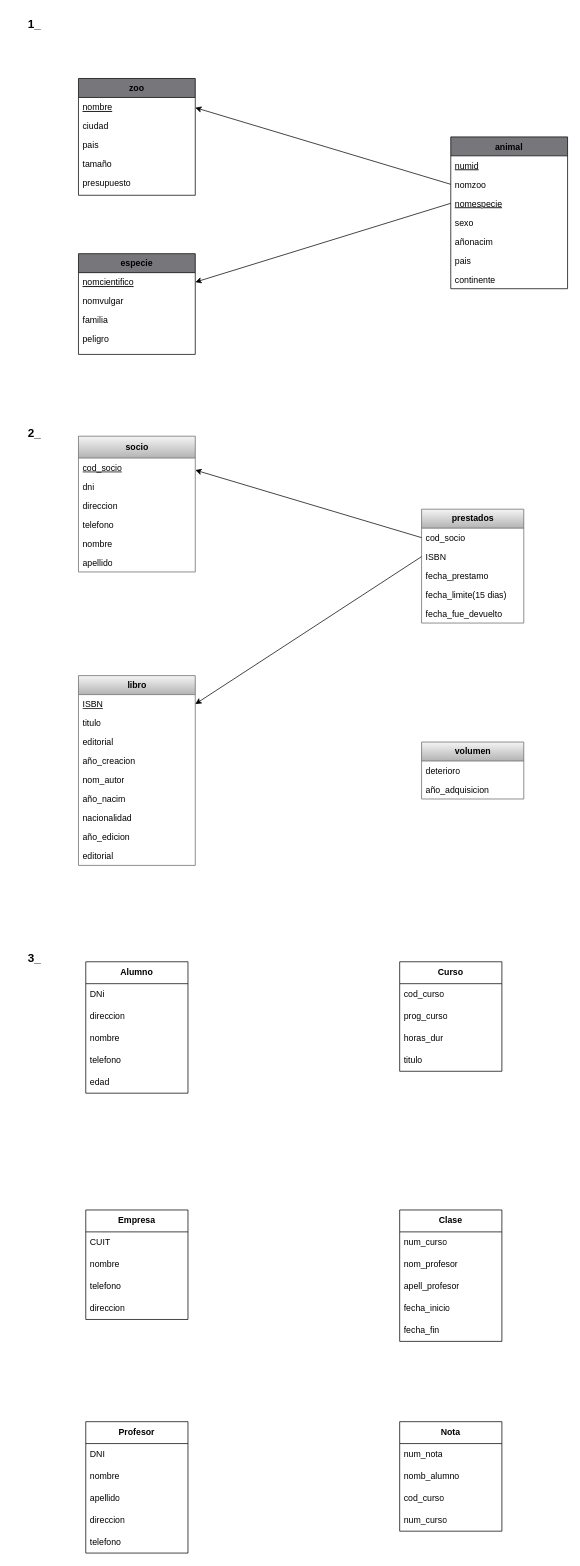
JuanPaBV/DyABasesDatos keeps this draw.io diagram as Diagrama sin título.drawio. Above is the earlier version. Source tidied: cells renumbered, new cells numbered last; positions are measured from the earlier drawing's top-left corner, leaving out a move shared by most shapes. Both pictures are drawn from the tidied source at 73%, with x=0, y=0 at pixel (12, 12).
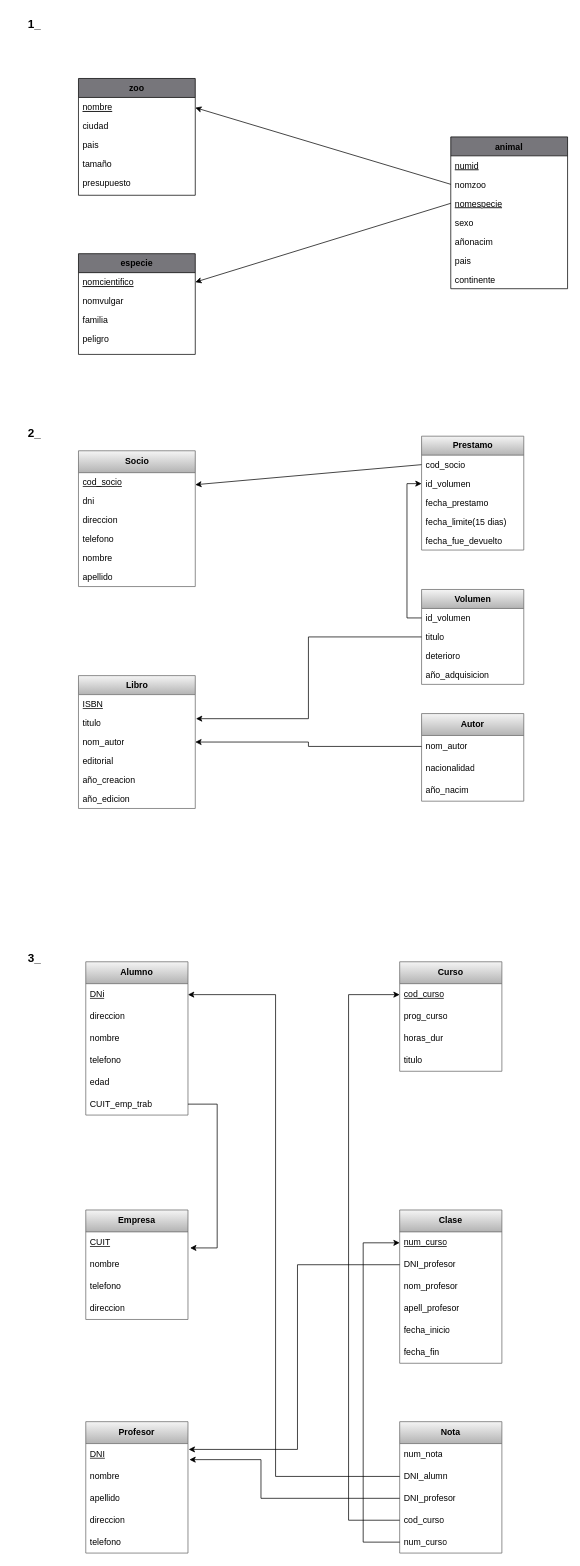
After the change.

Unchanged cells that the change refers to:
```xml
<mxCell id="43" value="ISBN" style="text;strokeColor=none;fillColor=none;align=left;verticalAlign=top;spacingLeft=4;spacingRight=4;overflow=hidden;points=[[0,0.5],[1,0.5]];portConstraint=eastwest;whiteSpace=wrap;html=1;fontStyle=4;" parent="42" vertex="1">
  <mxGeometry y="26" width="160" height="26" as="geometry" />
</mxCell>
<mxCell id="44" value="titulo" style="text;strokeColor=none;fillColor=none;align=left;verticalAlign=top;spacingLeft=4;spacingRight=4;overflow=hidden;points=[[0,0.5],[1,0.5]];portConstraint=eastwest;whiteSpace=wrap;html=1;" parent="42" vertex="1">
  <mxGeometry y="52" width="160" height="26" as="geometry" />
</mxCell>
```

Diff of the diagram source:
```diff
@@
-    <mxCell id="26" value="&lt;b&gt;socio&lt;/b&gt;" style="swimlane;fontStyle=0;horizontal=1;startSize=30;fillColor=#f5f5f5;html=1;strokeColor=#666666;gradientColor=#b3b3b3;" parent="1" vertex="1">
-      <mxGeometry x="90" y="580" width="160" height="186" as="geometry" />
+    <mxCell id="26" value="&lt;b&gt;Socio&lt;/b&gt;" style="swimlane;fontStyle=0;horizontal=1;startSize=30;fillColor=#f5f5f5;html=1;strokeColor=#666666;gradientColor=#b3b3b3;" parent="1" vertex="1">
+      <mxGeometry x="90" y="600" width="160" height="186" as="geometry" />
     </mxCell>
@@
-    <mxCell id="33" value="&lt;div&gt;&lt;b&gt;volumen&lt;br&gt;&lt;/b&gt;&lt;/div&gt;" style="swimlane;fontStyle=0;horizontal=1;startSize=26;fillColor=#f5f5f5;html=1;gradientColor=#b3b3b3;strokeColor=#666666;" parent="1" vertex="1">
-      <mxGeometry x="560" y="999" width="140" height="78" as="geometry" />
+    <mxCell id="33" value="&lt;div&gt;&lt;b&gt;Volumen&lt;br&gt;&lt;/b&gt;&lt;/div&gt;" style="swimlane;fontStyle=0;horizontal=1;startSize=26;fillColor=#f5f5f5;html=1;gradientColor=#b3b3b3;strokeColor=#666666;" parent="1" vertex="1">
+      <mxGeometry x="560" y="790" width="140" height="130" as="geometry" />
     </mxCell>
+    <mxCell id="88" value="id_volumen" style="text;strokeColor=none;fillColor=none;align=left;verticalAlign=top;spacingLeft=4;spacingRight=4;overflow=hidden;points=[[0,0.5],[1,0.5]];portConstraint=eastwest;whiteSpace=wrap;html=1;" parent="33" vertex="1">
+      <mxGeometry y="26" width="140" height="26" as="geometry" />
+    </mxCell>
+    <mxCell id="89" value="titulo" style="text;strokeColor=none;fillColor=none;align=left;verticalAlign=top;spacingLeft=4;spacingRight=4;overflow=hidden;points=[[0,0.5],[1,0.5]];portConstraint=eastwest;whiteSpace=wrap;html=1;" parent="33" vertex="1">
+      <mxGeometry y="52" width="140" height="26" as="geometry" />
+    </mxCell>
     <mxCell id="34" value="deterioro" style="text;strokeColor=none;fillColor=none;align=left;verticalAlign=top;spacingLeft=4;spacingRight=4;overflow=hidden;whiteSpace=wrap;html=1;" parent="33" vertex="1">
-      <mxGeometry y="26" width="140" height="26" as="geometry" />
+      <mxGeometry y="78" width="140" height="26" as="geometry" />
     </mxCell>
     <mxCell id="35" value="año_adquisicion" style="text;strokeColor=none;fillColor=none;align=left;verticalAlign=top;spacingLeft=4;spacingRight=4;overflow=hidden;whiteSpace=wrap;html=1;" parent="33" vertex="1">
-      <mxGeometry y="52" width="140" height="26" as="geometry" />
+      <mxGeometry y="104" width="140" height="26" as="geometry" />
     </mxCell>
-    <mxCell id="36" value="&lt;b&gt;prestados&lt;/b&gt;" style="swimlane;fontStyle=0;horizontal=1;startSize=26;fillColor=#f5f5f5;html=1;gradientColor=#b3b3b3;strokeColor=#666666;" parent="1" vertex="1">
-      <mxGeometry x="560" y="680" width="140" height="156" as="geometry" />
+    <mxCell id="36" value="&lt;b&gt;Prestamo&lt;/b&gt;" style="swimlane;fontStyle=0;horizontal=1;startSize=26;fillColor=#f5f5f5;html=1;gradientColor=#b3b3b3;strokeColor=#666666;" parent="1" vertex="1">
+      <mxGeometry x="560" y="580" width="140" height="156" as="geometry" />
     </mxCell>
@@
-    <mxCell id="38" value="ISBN" style="text;strokeColor=none;fillColor=none;align=left;verticalAlign=top;spacingLeft=4;spacingRight=4;overflow=hidden;points=[[0,0.5],[1,0.5]];portConstraint=eastwest;whiteSpace=wrap;html=1;" parent="36" vertex="1">
+    <mxCell id="38" value="id_volumen" style="text;strokeColor=none;fillColor=none;align=left;verticalAlign=top;spacingLeft=4;spacingRight=4;overflow=hidden;points=[[0,0.5],[1,0.5]];portConstraint=eastwest;whiteSpace=wrap;html=1;" parent="36" vertex="1">
       <mxGeometry y="52" width="140" height="26" as="geometry" />
     </mxCell>
@@
-    <mxCell id="42" value="&lt;b&gt;libro&lt;/b&gt;" style="swimlane;fontStyle=0;horizontal=1;startSize=26;html=1;fillColor=#f5f5f5;strokeColor=#666666;gradientColor=#b3b3b3;" parent="1" vertex="1">
-      <mxGeometry x="90" y="908" width="160" height="260" as="geometry" />
+    <mxCell id="42" value="&lt;b&gt;Libro&lt;/b&gt;" style="swimlane;fontStyle=0;horizontal=1;startSize=26;html=1;fillColor=#f5f5f5;strokeColor=#666666;gradientColor=#b3b3b3;" parent="1" vertex="1">
+      <mxGeometry x="90" y="908" width="160" height="182" as="geometry" />
     </mxCell>
@@
+    <mxCell id="47" value="nom_autor" style="text;strokeColor=none;fillColor=none;align=left;verticalAlign=top;spacingLeft=4;spacingRight=4;overflow=hidden;points=[[0,0.5],[1,0.5]];portConstraint=eastwest;whiteSpace=wrap;html=1;" parent="42" vertex="1">
+      <mxGeometry y="78" width="160" height="26" as="geometry" />
+    </mxCell>
     <mxCell id="45" value="editorial" style="text;strokeColor=none;fillColor=none;align=left;verticalAlign=top;spacingLeft=4;spacingRight=4;overflow=hidden;whiteSpace=wrap;html=1;" parent="42" vertex="1">
-      <mxGeometry y="78" width="160" height="26" as="geometry" />
+      <mxGeometry y="104" width="160" height="26" as="geometry" />
     </mxCell>
     <mxCell id="46" value="año_creacion" style="text;strokeColor=none;fillColor=none;align=left;verticalAlign=top;spacingLeft=4;spacingRight=4;overflow=hidden;whiteSpace=wrap;html=1;" parent="42" vertex="1">
-      <mxGeometry y="104" width="160" height="26" as="geometry" />
+      <mxGeometry y="130" width="160" height="26" as="geometry" />
     </mxCell>
-    <mxCell id="47" value="nom_autor" style="text;strokeColor=none;fillColor=none;align=left;verticalAlign=top;spacingLeft=4;spacingRight=4;overflow=hidden;points=[[0,0.5],[1,0.5]];portConstraint=eastwest;whiteSpace=wrap;html=1;" parent="42" vertex="1">
-      <mxGeometry y="130" width="160" height="26" as="geometry" />
-    </mxCell>
-    <mxCell id="48" value="año_nacim" style="text;strokeColor=none;fillColor=none;align=left;verticalAlign=top;spacingLeft=4;spacingRight=4;overflow=hidden;whiteSpace=wrap;html=1;" parent="42" vertex="1">
-      <mxGeometry y="156" width="160" height="26" as="geometry" />
-    </mxCell>
-    <mxCell id="49" value="nacionalidad" style="text;strokeColor=none;fillColor=none;align=left;verticalAlign=top;spacingLeft=4;spacingRight=4;overflow=hidden;whiteSpace=wrap;html=1;" parent="42" vertex="1">
-      <mxGeometry y="182" width="160" height="26" as="geometry" />
-    </mxCell>
     <mxCell id="50" value="año_edicion" style="text;strokeColor=none;fillColor=none;align=left;verticalAlign=top;spacingLeft=4;spacingRight=4;overflow=hidden;whiteSpace=wrap;html=1;" parent="42" vertex="1">
-      <mxGeometry y="208" width="160" height="26" as="geometry" />
+      <mxGeometry y="156" width="160" height="26" as="geometry" />
     </mxCell>
-    <mxCell id="51" value="editorial" style="text;strokeColor=none;fillColor=none;align=left;verticalAlign=top;spacingLeft=4;spacingRight=4;overflow=hidden;whiteSpace=wrap;html=1;" parent="42" vertex="1">
-      <mxGeometry y="234" width="160" height="26" as="geometry" />
-    </mxCell>
@@
-    <mxCell id="53" style="endArrow=classic;html=1;rounded=0;entryX=1;entryY=0.5;entryDx=0;entryDy=0;exitX=0;exitY=0.5;exitDx=0;exitDy=0;" parent="1" edge="1" source="38" target="43">
-      <mxGeometry relative="1" as="geometry" />
-    </mxCell>
@@
-    <mxCell id="55" value="&lt;b&gt;Alumno&lt;/b&gt;" style="swimlane;fontStyle=0;horizontal=1;startSize=30;whiteSpace=wrap;html=1;" parent="1" vertex="1">
-      <mxGeometry x="100" y="1300" width="140" height="180" as="geometry" />
+    <mxCell id="55" value="&lt;b&gt;Alumno&lt;/b&gt;" style="swimlane;fontStyle=0;horizontal=1;startSize=30;whiteSpace=wrap;html=1;fillColor=#f5f5f5;gradientColor=#b3b3b3;strokeColor=#666666;" parent="1" vertex="1">
+      <mxGeometry x="100" y="1300" width="140" height="210" as="geometry" />
     </mxCell>
-    <mxCell id="56" value="DNi" style="text;strokeColor=none;fillColor=none;align=left;verticalAlign=middle;spacingLeft=4;spacingRight=4;overflow=hidden;points=[[0,0.5],[1,0.5]];portConstraint=eastwest;whiteSpace=wrap;html=1;" parent="55" vertex="1">
+    <mxCell id="56" value="DNi" style="text;strokeColor=none;fillColor=none;align=left;verticalAlign=middle;spacingLeft=4;spacingRight=4;overflow=hidden;points=[[0,0.5],[1,0.5]];portConstraint=eastwest;whiteSpace=wrap;html=1;fontStyle=4;" parent="55" vertex="1">
       <mxGeometry y="30" width="140" height="30" as="geometry" />
     </mxCell>
@@
+    <mxCell id="90" value="CUIT_emp_trab" style="text;strokeColor=none;fillColor=none;align=left;verticalAlign=middle;spacingLeft=4;spacingRight=4;overflow=hidden;points=[[0,0.5],[1,0.5]];portConstraint=eastwest;whiteSpace=wrap;html=1;" parent="55" vertex="1">
+      <mxGeometry y="180" width="140" height="30" as="geometry" />
+    </mxCell>
-    <mxCell id="61" value="&lt;b&gt;Empresa&lt;/b&gt;" style="swimlane;fontStyle=0;horizontal=1;startSize=30;whiteSpace=wrap;html=1;" parent="1" vertex="1">
+    <mxCell id="61" value="&lt;b&gt;Empresa&lt;/b&gt;" style="swimlane;fontStyle=0;horizontal=1;startSize=30;whiteSpace=wrap;html=1;fillColor=#f5f5f5;gradientColor=#b3b3b3;strokeColor=#666666;" parent="1" vertex="1">
       <mxGeometry x="100" y="1640" width="140" height="150" as="geometry" />
     </mxCell>
-    <mxCell id="62" value="CUIT" style="text;strokeColor=none;fillColor=none;align=left;verticalAlign=middle;spacingLeft=4;spacingRight=4;overflow=hidden;points=[[0,0.5],[1,0.5]];portConstraint=eastwest;whiteSpace=wrap;html=1;" parent="61" vertex="1">
+    <mxCell id="62" value="CUIT" style="text;strokeColor=none;fillColor=none;align=left;verticalAlign=middle;spacingLeft=4;spacingRight=4;overflow=hidden;points=[[0,0.5],[1,0.5]];portConstraint=eastwest;whiteSpace=wrap;html=1;fontStyle=4;" parent="61" vertex="1">
       <mxGeometry y="30" width="140" height="30" as="geometry" />
     </mxCell>
@@
-    <mxCell id="66" value="&lt;b&gt;Curso&lt;/b&gt;" style="swimlane;fontStyle=0;horizontal=1;startSize=30;whiteSpace=wrap;html=1;" parent="1" vertex="1">
+    <mxCell id="66" value="&lt;b&gt;Curso&lt;/b&gt;" style="swimlane;fontStyle=0;horizontal=1;startSize=30;whiteSpace=wrap;html=1;fillColor=#f5f5f5;gradientColor=#b3b3b3;strokeColor=#666666;" parent="1" vertex="1">
       <mxGeometry x="530" y="1300" width="140" height="150" as="geometry" />
     </mxCell>
-    <mxCell id="67" value="cod_curso" style="text;strokeColor=none;fillColor=none;align=left;verticalAlign=middle;spacingLeft=4;spacingRight=4;overflow=hidden;points=[[0,0.5],[1,0.5]];portConstraint=eastwest;whiteSpace=wrap;html=1;" parent="66" vertex="1">
+    <mxCell id="67" value="cod_curso" style="text;strokeColor=none;fillColor=none;align=left;verticalAlign=middle;spacingLeft=4;spacingRight=4;overflow=hidden;points=[[0,0.5],[1,0.5]];portConstraint=eastwest;whiteSpace=wrap;html=1;fontStyle=4;" parent="66" vertex="1">
       <mxGeometry y="30" width="140" height="30" as="geometry" />
     </mxCell>
@@
-    <mxCell id="71" value="&lt;b&gt;Clase&lt;/b&gt;" style="swimlane;fontStyle=0;horizontal=1;startSize=30;whiteSpace=wrap;html=1;" parent="1" vertex="1">
-      <mxGeometry x="530" y="1640" width="140" height="180" as="geometry" />
+    <mxCell id="71" value="&lt;b&gt;Clase&lt;/b&gt;" style="swimlane;fontStyle=0;horizontal=1;startSize=30;whiteSpace=wrap;html=1;fillColor=#f5f5f5;gradientColor=#b3b3b3;strokeColor=#666666;" parent="1" vertex="1">
+      <mxGeometry x="530" y="1640" width="140" height="210" as="geometry" />
     </mxCell>
-    <mxCell id="72" value="num_curso" style="text;strokeColor=none;fillColor=none;align=left;verticalAlign=middle;spacingLeft=4;spacingRight=4;overflow=hidden;points=[[0,0.5],[1,0.5]];portConstraint=eastwest;whiteSpace=wrap;html=1;" parent="71" vertex="1">
+    <mxCell id="72" value="num_curso" style="text;strokeColor=none;fillColor=none;align=left;verticalAlign=middle;spacingLeft=4;spacingRight=4;overflow=hidden;points=[[0,0.5],[1,0.5]];portConstraint=eastwest;whiteSpace=wrap;html=1;fontStyle=4;" parent="71" vertex="1">
       <mxGeometry y="30" width="140" height="30" as="geometry" />
     </mxCell>
+    <mxCell id="91" value="DNI_profesor" style="text;strokeColor=none;fillColor=none;align=left;verticalAlign=middle;spacingLeft=4;spacingRight=4;overflow=hidden;points=[[0,0.5],[1,0.5]];portConstraint=eastwest;whiteSpace=wrap;html=1;" parent="71" vertex="1">
+      <mxGeometry y="60" width="140" height="30" as="geometry" />
+    </mxCell>
     <mxCell id="73" value="nom_profesor" style="text;strokeColor=none;fillColor=none;align=left;verticalAlign=middle;spacingLeft=4;spacingRight=4;overflow=hidden;whiteSpace=wrap;html=1;" parent="71" vertex="1">
-      <mxGeometry y="60" width="140" height="30" as="geometry" />
+      <mxGeometry y="90" width="140" height="30" as="geometry" />
     </mxCell>
     <mxCell id="74" value="apell_profesor" style="text;strokeColor=none;fillColor=none;align=left;verticalAlign=middle;spacingLeft=4;spacingRight=4;overflow=hidden;whiteSpace=wrap;html=1;" parent="71" vertex="1">
-      <mxGeometry y="90" width="140" height="30" as="geometry" />
+      <mxGeometry y="120" width="140" height="30" as="geometry" />
     </mxCell>
     <mxCell id="75" value="fecha_inicio" style="text;strokeColor=none;fillColor=none;align=left;verticalAlign=middle;spacingLeft=4;spacingRight=4;overflow=hidden;whiteSpace=wrap;html=1;" parent="71" vertex="1">
-      <mxGeometry y="120" width="140" height="30" as="geometry" />
+      <mxGeometry y="150" width="140" height="30" as="geometry" />
     </mxCell>
     <mxCell id="76" value="&lt;div&gt;fecha_fin&lt;/div&gt;" style="text;strokeColor=none;fillColor=none;align=left;verticalAlign=middle;spacingLeft=4;spacingRight=4;overflow=hidden;whiteSpace=wrap;html=1;" parent="71" vertex="1">
-      <mxGeometry y="150" width="140" height="30" as="geometry" />
+      <mxGeometry y="180" width="140" height="30" as="geometry" />
     </mxCell>
-    <mxCell id="77" value="&lt;b&gt;Profesor&lt;/b&gt;" style="swimlane;fontStyle=0;horizontal=1;startSize=30;whiteSpace=wrap;html=1;" parent="1" vertex="1">
+    <mxCell id="77" value="&lt;b&gt;Profesor&lt;/b&gt;" style="swimlane;fontStyle=0;horizontal=1;startSize=30;whiteSpace=wrap;html=1;fillColor=#f5f5f5;gradientColor=#b3b3b3;strokeColor=#666666;" parent="1" vertex="1">
       <mxGeometry x="100" y="1930" width="140" height="180" as="geometry" />
     </mxCell>
-    <mxCell id="78" value="DNI" style="text;strokeColor=none;fillColor=none;align=left;verticalAlign=middle;spacingLeft=4;spacingRight=4;overflow=hidden;points=[[0,0.5],[1,0.5]];portConstraint=eastwest;whiteSpace=wrap;html=1;" parent="77" vertex="1">
+    <mxCell id="78" value="DNI" style="text;strokeColor=none;fillColor=none;align=left;verticalAlign=middle;spacingLeft=4;spacingRight=4;overflow=hidden;points=[[0,0.5],[1,0.5]];portConstraint=eastwest;whiteSpace=wrap;html=1;fontStyle=4;" parent="77" vertex="1">
       <mxGeometry y="30" width="140" height="30" as="geometry" />
     </mxCell>
@@
-    <mxCell id="83" value="Nota" style="swimlane;fontStyle=1;horizontal=1;startSize=30;whiteSpace=wrap;html=1;" parent="1" vertex="1">
-      <mxGeometry x="530" y="1930" width="140" height="150" as="geometry" />
+    <mxCell id="83" value="Nota" style="swimlane;fontStyle=1;horizontal=1;startSize=30;whiteSpace=wrap;html=1;fillColor=#f5f5f5;gradientColor=#b3b3b3;strokeColor=#666666;" parent="1" vertex="1">
+      <mxGeometry x="530" y="1930" width="140" height="180" as="geometry" />
     </mxCell>
@@
-    <mxCell id="85" value="nomb_alumno" style="text;strokeColor=none;fillColor=none;align=left;verticalAlign=middle;spacingLeft=4;spacingRight=4;overflow=hidden;points=[[0,0.5],[1,0.5]];portConstraint=eastwest;whiteSpace=wrap;html=1;" parent="83" vertex="1">
+    <mxCell id="85" value="DNI_alumn" style="text;strokeColor=none;fillColor=none;align=left;verticalAlign=middle;spacingLeft=4;spacingRight=4;overflow=hidden;points=[[0,0.5],[1,0.5]];portConstraint=eastwest;whiteSpace=wrap;html=1;" parent="83" vertex="1">
       <mxGeometry y="60" width="140" height="30" as="geometry" />
     </mxCell>
+    <mxCell id="92" value="DNI_profesor" style="text;strokeColor=none;fillColor=none;align=left;verticalAlign=middle;spacingLeft=4;spacingRight=4;overflow=hidden;points=[[0,0.5],[1,0.5]];portConstraint=eastwest;whiteSpace=wrap;html=1;" parent="83" vertex="1">
+      <mxGeometry y="90" width="140" height="30" as="geometry" />
+    </mxCell>
     <mxCell id="86" value="cod_curso" style="text;strokeColor=none;fillColor=none;align=left;verticalAlign=middle;spacingLeft=4;spacingRight=4;overflow=hidden;points=[[0,0.5],[1,0.5]];portConstraint=eastwest;whiteSpace=wrap;html=1;" parent="83" vertex="1">
-      <mxGeometry y="90" width="140" height="30" as="geometry" />
+      <mxGeometry y="120" width="140" height="30" as="geometry" />
     </mxCell>
     <mxCell id="87" value="num_curso" style="text;strokeColor=none;fillColor=none;align=left;verticalAlign=middle;spacingLeft=4;spacingRight=4;overflow=hidden;points=[[0,0.5],[1,0.5]];portConstraint=eastwest;whiteSpace=wrap;html=1;" parent="83" vertex="1">
-      <mxGeometry y="120" width="140" height="30" as="geometry" />
+      <mxGeometry y="150" width="140" height="30" as="geometry" />
     </mxCell>
+    <mxCell id="93" style="endArrow=classic;html=1;rounded=0;exitX=1;exitY=0.5;exitDx=0;exitDy=0;entryX=1.021;entryY=0.733;entryDx=0;entryDy=0;entryPerimeter=0;" parent="1" edge="1" source="90" target="62">
+      <mxGeometry relative="1" as="geometry">
+        <Array as="points">
+          <mxPoint x="280" y="1495" />
+          <mxPoint x="280" y="1692" />
+        </Array>
+      </mxGeometry>
+    </mxCell>
+    <mxCell id="94" style="endArrow=classic;html=1;rounded=0;exitX=0;exitY=0.5;exitDx=0;exitDy=0;entryX=0;entryY=0.5;entryDx=0;entryDy=0;" parent="1" edge="1" source="86" target="67">
+      <mxGeometry relative="1" as="geometry">
+        <Array as="points">
+          <mxPoint x="460" y="2065" />
+          <mxPoint x="460" y="1345" />
+        </Array>
+      </mxGeometry>
+    </mxCell>
+    <mxCell id="95" style="endArrow=classic;html=1;rounded=0;entryX=0;entryY=0.5;entryDx=0;entryDy=0;exitX=0;exitY=0.5;exitDx=0;exitDy=0;" parent="1" edge="1" source="87" target="72">
+      <mxGeometry relative="1" as="geometry">
+        <Array as="points">
+          <mxPoint x="480" y="2095" />
+          <mxPoint x="480" y="1685" />
+        </Array>
+      </mxGeometry>
+    </mxCell>
+    <mxCell id="96" style="endArrow=classic;html=1;rounded=0;entryX=1;entryY=0.5;entryDx=0;entryDy=0;exitX=0;exitY=0.5;exitDx=0;exitDy=0;" parent="1" edge="1" source="85" target="56">
+      <mxGeometry relative="1" as="geometry">
+        <Array as="points">
+          <mxPoint x="360" y="2005" />
+          <mxPoint x="360" y="1345" />
+        </Array>
+      </mxGeometry>
+    </mxCell>
+    <mxCell id="97" style="endArrow=classic;html=1;rounded=0;entryX=1.007;entryY=0.267;entryDx=0;entryDy=0;entryPerimeter=0;exitX=0;exitY=0.5;exitDx=0;exitDy=0;" parent="1" edge="1" source="91" target="78">
+      <mxGeometry relative="1" as="geometry">
+        <Array as="points">
+          <mxPoint x="390" y="1715" />
+          <mxPoint x="390" y="1968" />
+        </Array>
+      </mxGeometry>
+    </mxCell>
+    <mxCell id="98" style="endArrow=classic;html=1;rounded=0;entryX=1.014;entryY=0.733;entryDx=0;entryDy=0;entryPerimeter=0;exitX=0;exitY=0.5;exitDx=0;exitDy=0;" parent="1" edge="1" source="92" target="78">
+      <mxGeometry relative="1" as="geometry">
+        <Array as="points">
+          <mxPoint x="340" y="2035" />
+          <mxPoint x="340" y="1982" />
+        </Array>
+      </mxGeometry>
+    </mxCell>
+    <mxCell id="99" value="&lt;b&gt;Autor&lt;/b&gt;" style="swimlane;fontStyle=0;horizontal=1;startSize=30;whiteSpace=wrap;html=1;fillColor=#f5f5f5;gradientColor=#b3b3b3;strokeColor=#666666;" parent="1" vertex="1">
+      <mxGeometry x="560" y="960" width="140" height="120" as="geometry" />
+    </mxCell>
+    <mxCell id="100" value="nom_autor" style="text;strokeColor=none;fillColor=none;align=left;verticalAlign=middle;spacingLeft=4;spacingRight=4;overflow=hidden;points=[[0,0.5],[1,0.5]];portConstraint=eastwest;whiteSpace=wrap;html=1;" parent="99" vertex="1">
+      <mxGeometry y="30" width="140" height="30" as="geometry" />
+    </mxCell>
+    <mxCell id="49" value="nacionalidad" style="text;strokeColor=none;fillColor=none;align=left;verticalAlign=middle;spacingLeft=4;spacingRight=4;overflow=hidden;whiteSpace=wrap;html=1;" parent="99" vertex="1">
+      <mxGeometry y="60" width="140" height="30" as="geometry" />
+    </mxCell>
+    <mxCell id="48" value="año_nacim" style="text;strokeColor=none;fillColor=none;align=left;verticalAlign=middle;spacingLeft=4;spacingRight=4;overflow=hidden;whiteSpace=wrap;html=1;" parent="99" vertex="1">
+      <mxGeometry y="90" width="140" height="30" as="geometry" />
+    </mxCell>
+    <mxCell id="101" style="edgeStyle=orthogonalEdgeStyle;rounded=0;jettySize=auto;html=1;exitX=0;exitY=0.5;exitDx=0;exitDy=0;entryX=0;entryY=0.5;entryDx=0;entryDy=0;" parent="1" edge="1" source="88" target="38">
+      <mxGeometry relative="1" as="geometry" />
+    </mxCell>
+    <mxCell id="102" style="edgeStyle=orthogonalEdgeStyle;rounded=0;jettySize=auto;html=1;exitX=0;exitY=0.5;exitDx=0;exitDy=0;entryX=1;entryY=0.5;entryDx=0;entryDy=0;" parent="1" edge="1" source="100" target="47">
+      <mxGeometry relative="1" as="geometry" />
+    </mxCell>
+    <mxCell id="103" style="edgeStyle=orthogonalEdgeStyle;rounded=0;jettySize=auto;html=1;exitX=0;exitY=0.5;exitDx=0;exitDy=0;entryX=1.006;entryY=0.269;entryDx=0;entryDy=0;entryPerimeter=0;" parent="1" edge="1" source="89" target="44">
+      <mxGeometry relative="1" as="geometry" />
+    </mxCell>
```
